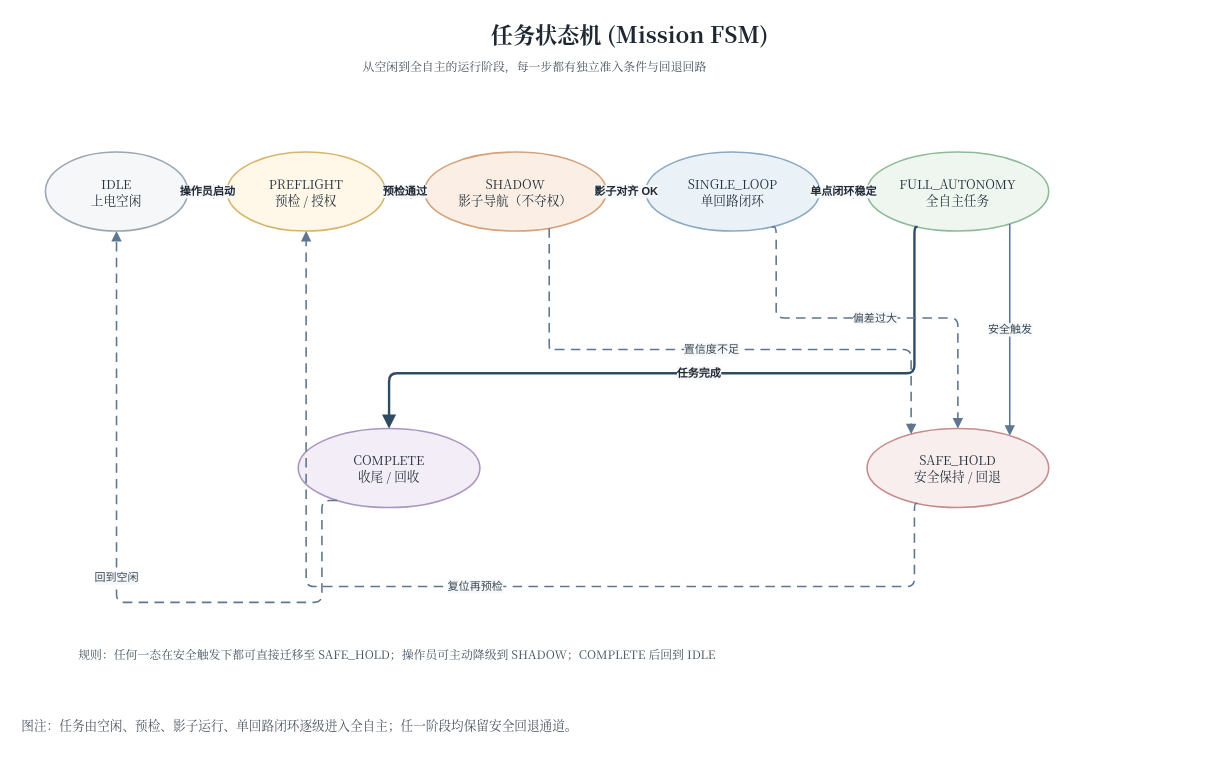
Earlier version of the draw.io diagram docs/thesis/figures/architecture/auv_v2_mission_state_machine.drawio (360ZMEM/AUV-Master-Project). Source tidied: cells renumbered, new cells numbered last; positions are measured from the earlier drawing's top-left corner, leaving out a move shared by most shapes. Both pictures are drawn from the tidied source at 79%, with x=0, y=0 at pixel (13, 17).
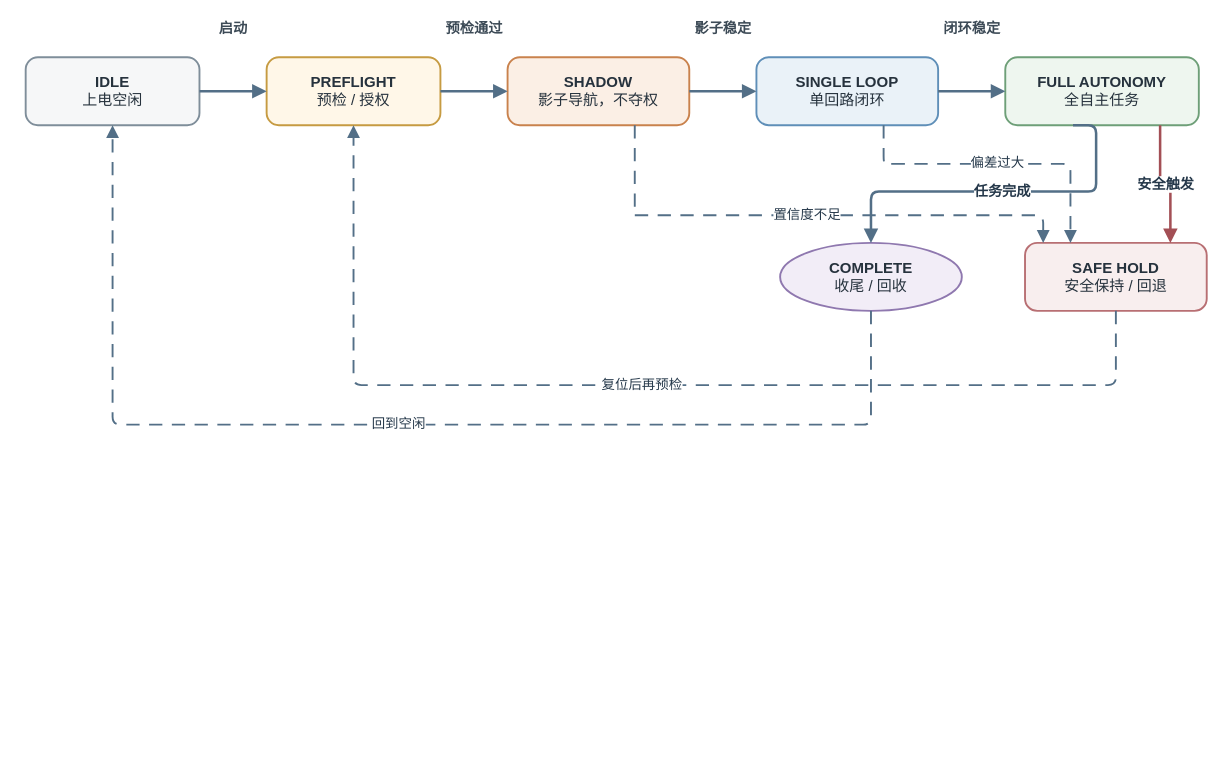
The same diagram, later.

Diff of the diagram source:
```diff
@@
-    <mxCell id="2" value="任务状态机 (Mission FSM)" style="text;html=1;strokeColor=none;fillColor=none;align=center;verticalAlign=middle;whiteSpace=wrap;rounded=0;fontFamily=Noto Serif CJK SC,Times New Roman;fontSize=28;fontStyle=1;fontColor=#1E2732;" parent="1" vertex="1">
-      <mxGeometry x="460" width="640" height="42" as="geometry" />
-    </mxCell>
-    <mxCell id="3" value="从空闲到全自主的运行阶段，每一步都有独立准入条件与回退回路" style="text;html=1;strokeColor=none;fillColor=none;align=left;verticalAlign=top;whiteSpace=wrap;rounded=0;fontFamily=Noto Serif CJK SC,Times New Roman;fontSize=15;fontColor=#43525F;" parent="1" vertex="1">
-      <mxGeometry x="440" y="46" width="720" height="34" as="geometry" />
-    </mxCell>
-    <mxCell id="4" value="IDLE&#10;上电空闲" style="ellipse;whiteSpace=wrap;html=1;fillColor=#F6F7F8;strokeColor=#9AA7B2;strokeWidth=2;fontFamily=Noto Serif CJK SC,Times New Roman;fontSize=16;fontColor=#26323D;" parent="1" vertex="1">
-      <mxGeometry x="40" y="170" width="180" height="100" as="geometry" />
+    <mxCell id="4" value="&lt;b&gt;IDLE&lt;/b&gt;&lt;br&gt;上电空闲" style="rounded=1;arcSize=18;whiteSpace=wrap;html=1;align=center;verticalAlign=middle;fillColor=#F6F7F8;strokeColor=#7F8E9A;strokeWidth=2.4;spacing=8;fontFamily=Songti SC;fontSize=19;fontColor=#26323D;" parent="1" vertex="1">
+      <mxGeometry x="15" y="50" width="220" height="86" as="geometry" />
     </mxCell>
-    <mxCell id="5" value="PREFLIGHT&#10;预检 / 授权" style="ellipse;whiteSpace=wrap;html=1;fillColor=#FFF7E8;strokeColor=#D8B46A;strokeWidth=2;fontFamily=Noto Serif CJK SC,Times New Roman;fontSize=16;fontColor=#26323D;" parent="1" vertex="1">
-      <mxGeometry x="270" y="170" width="200" height="100" as="geometry" />
+    <mxCell id="5" value="&lt;b&gt;PREFLIGHT&lt;/b&gt;&lt;br&gt;预检 / 授权" style="rounded=1;arcSize=18;whiteSpace=wrap;html=1;align=center;verticalAlign=middle;fillColor=#FFF7E8;strokeColor=#C69B42;strokeWidth=2.4;spacing=8;fontFamily=Songti SC;fontSize=19;fontColor=#26323D;" parent="1" vertex="1">
+      <mxGeometry x="320" y="50" width="220" height="86" as="geometry" />
     </mxCell>
-    <mxCell id="6" value="SHADOW&#10;影子导航（不夺权）" style="ellipse;whiteSpace=wrap;html=1;fillColor=#FBEFE5;strokeColor=#D4A17B;strokeWidth=2;fontFamily=Noto Serif CJK SC,Times New Roman;fontSize=16;fontColor=#26323D;" parent="1" vertex="1">
-      <mxGeometry x="520" y="170" width="230" height="100" as="geometry" />
-    </mxCell>
-    <mxCell id="7" value="SINGLE_LOOP&#10;单回路闭环" style="ellipse;whiteSpace=wrap;html=1;fillColor=#EAF2F8;strokeColor=#8AA9C4;strokeWidth=2;fontFamily=Noto Serif CJK SC,Times New Roman;fontSize=16;fontColor=#26323D;" parent="1" vertex="1">
-      <mxGeometry x="800" y="170" width="220" height="100" as="geometry" />
-    </mxCell>
-    <mxCell id="8" value="FULL_AUTONOMY&#10;全自主任务" style="ellipse;whiteSpace=wrap;html=1;fillColor=#EEF6EF;strokeColor=#8DBA98;strokeWidth=2;fontFamily=Noto Serif CJK SC,Times New Roman;fontSize=16;fontColor=#26323D;" parent="1" vertex="1">
-      <mxGeometry x="1080" y="170" width="230" height="100" as="geometry" />
-    </mxCell>
+    <mxCell id="23" value="&lt;b&gt;SHADOW&lt;/b&gt;&lt;br&gt;影子导航，不夺权" style="rounded=1;arcSize=18;whiteSpace=wrap;html=1;align=center;verticalAlign=middle;fillColor=#FBEFE5;strokeColor=#C9824D;strokeWidth=2.4;spacing=8;fontFamily=Songti SC;fontSize=19;fontColor=#26323D;" parent="1" vertex="1">
+      <mxGeometry x="625" y="50" width="230" height="86" as="geometry" />
+    </mxCell>
+    <mxCell id="24" value="&lt;b&gt;SINGLE LOOP&lt;/b&gt;&lt;br&gt;单回路闭环" style="rounded=1;arcSize=18;whiteSpace=wrap;html=1;align=center;verticalAlign=middle;fillColor=#EAF2F8;strokeColor=#5F8FB8;strokeWidth=2.4;spacing=8;fontFamily=Songti SC;fontSize=19;fontColor=#26323D;" parent="1" vertex="1">
+      <mxGeometry x="940" y="50" width="230" height="86" as="geometry" />
+    </mxCell>
+    <mxCell id="25" value="&lt;b&gt;FULL AUTONOMY&lt;/b&gt;&lt;br&gt;全自主任务" style="rounded=1;arcSize=18;whiteSpace=wrap;html=1;align=center;verticalAlign=middle;fillColor=#EEF6EF;strokeColor=#6E9F78;strokeWidth=2.4;spacing=8;fontFamily=Songti SC;fontSize=19;fontColor=#26323D;" parent="1" vertex="1">
+      <mxGeometry x="1255" y="50" width="245" height="86" as="geometry" />
+    </mxCell>
-    <mxCell id="9" value="COMPLETE&#10;收尾 / 回收" style="ellipse;whiteSpace=wrap;html=1;fillColor=#F2EDF7;strokeColor=#A996C0;strokeWidth=2;fontFamily=Noto Serif CJK SC,Times New Roman;fontSize=16;fontColor=#26323D;" parent="1" vertex="1">
-      <mxGeometry x="360" y="520" width="230" height="100" as="geometry" />
+    <mxCell id="9" value="&lt;b&gt;COMPLETE&lt;/b&gt;&lt;br&gt;收尾 / 回收" style="ellipse;whiteSpace=wrap;html=1;align=center;verticalAlign=middle;fillColor=#F2EDF7;strokeColor=#8F78AF;strokeWidth=2.4;spacing=8;fontFamily=Songti SC;fontSize=19;fontColor=#26323D;" parent="1" vertex="1">
+      <mxGeometry x="970" y="285" width="230" height="86" as="geometry" />
     </mxCell>
-    <mxCell id="10" value="SAFE_HOLD&#10;安全保持 / 回退" style="ellipse;whiteSpace=wrap;html=1;fillColor=#F8EEEE;strokeColor=#C68C8C;strokeWidth=2;fontFamily=Noto Serif CJK SC,Times New Roman;fontSize=16;fontColor=#26323D;" parent="1" vertex="1">
-      <mxGeometry x="1080" y="520" width="230" height="100" as="geometry" />
-    </mxCell>
-    <mxCell id="11" value="规则：任何一态在安全触发下都可直接迁移至 SAFE_HOLD；操作员可主动降级到 SHADOW；COMPLETE 后回到 IDLE" style="text;html=1;strokeColor=none;fillColor=none;align=left;verticalAlign=top;whiteSpace=wrap;rounded=0;fontFamily=Noto Serif CJK SC,Times New Roman;fontSize=15;fontColor=#43525F;" parent="1" vertex="1">
-      <mxGeometry x="80" y="790" width="1300" height="40" as="geometry" />
-    </mxCell>
+    <mxCell id="26" value="&lt;b&gt;SAFE HOLD&lt;/b&gt;&lt;br&gt;安全保持 / 回退" style="rounded=1;arcSize=18;whiteSpace=wrap;html=1;align=center;verticalAlign=middle;fillColor=#F8EEEE;strokeColor=#B86F73;strokeWidth=2.4;spacing=8;fontFamily=Songti SC;fontSize=19;fontColor=#26323D;" parent="1" vertex="1">
+      <mxGeometry x="1280" y="285" width="230" height="86" as="geometry" />
+    </mxCell>
+    <mxCell id="27" value="启动" style="text;html=1;strokeColor=none;fillColor=none;align=center;verticalAlign=middle;whiteSpace=wrap;fontFamily=Songti SC;fontSize=18;fontColor=#3C4A56;fontStyle=1;" parent="1" vertex="1">
+      <mxGeometry x="218" y="-5" width="120" height="38" as="geometry" />
+    </mxCell>
-    <mxCell id="12" value="操作员启动" style="edgeStyle=orthogonalEdgeStyle;rounded=1;jettySize=auto;html=1;strokeColor=#2F4A63;fontColor=#1E2732;fontSize=14;fontStyle=1;strokeWidth=3;labelBackgroundColor=#F6F7F8;labelBorderColor=none;endArrow=block;endFill=1;endSize=10;exitX=1;exitY=0.5;entryX=0;entryY=0.5;" parent="1" edge="1" source="4" target="5">
+    <mxCell id="12" style="edgeStyle=orthogonalEdgeStyle;rounded=1;jettySize=auto;html=1;strokeColor=#536F87;strokeWidth=3.2;fontFamily=Songti SC;fontSize=18;fontStyle=1;fontColor=#25384A;labelBackgroundColor=#FFFFFF;labelBorderColor=none;endArrow=block;endFill=1;endSize=10;exitX=1;entryX=0;" parent="1" edge="1" source="4" target="5">
       <mxGeometry relative="1" as="geometry" />
     </mxCell>
-    <mxCell id="13" value="预检通过" style="edgeStyle=orthogonalEdgeStyle;rounded=1;jettySize=auto;html=1;strokeColor=#2F4A63;fontColor=#1E2732;fontSize=14;fontStyle=1;strokeWidth=3;labelBackgroundColor=#F6F7F8;labelBorderColor=none;endArrow=block;endFill=1;endSize=10;exitX=1;exitY=0.5;entryX=0;entryY=0.5;" parent="1" edge="1" source="5" target="6">
-      <mxGeometry relative="1" as="geometry" />
+    <mxCell id="13" value="预检通过" style="text;html=1;strokeColor=none;fillColor=none;align=center;verticalAlign=middle;whiteSpace=wrap;fontFamily=Songti SC;fontSize=18;fontColor=#3C4A56;fontStyle=1;" parent="1" vertex="1">
+      <mxGeometry x="523" y="-5" width="120" height="38" as="geometry" />
     </mxCell>
-    <mxCell id="14" value="影子对齐 OK" style="edgeStyle=orthogonalEdgeStyle;rounded=1;jettySize=auto;html=1;strokeColor=#2F4A63;fontColor=#1E2732;fontSize=14;fontStyle=1;strokeWidth=3;labelBackgroundColor=#F6F7F8;labelBorderColor=none;endArrow=block;endFill=1;endSize=10;exitX=1;exitY=0.5;entryX=0;entryY=0.5;" parent="1" edge="1" source="6" target="7">
-      <mxGeometry relative="1" as="geometry" />
-    </mxCell>
-    <mxCell id="15" value="单点闭环稳定" style="edgeStyle=orthogonalEdgeStyle;rounded=1;jettySize=auto;html=1;strokeColor=#2F4A63;fontColor=#1E2732;fontSize=14;fontStyle=1;strokeWidth=3;labelBackgroundColor=#F6F7F8;labelBorderColor=none;endArrow=block;endFill=1;endSize=10;exitX=1;exitY=0.5;entryX=0;entryY=0.5;" parent="1" edge="1" source="7" target="8">
-      <mxGeometry relative="1" as="geometry" />
-    </mxCell>
+    <mxCell id="28" style="edgeStyle=orthogonalEdgeStyle;rounded=1;jettySize=auto;html=1;strokeColor=#536F87;strokeWidth=3.2;fontFamily=Songti SC;fontSize=18;fontStyle=1;fontColor=#25384A;labelBackgroundColor=#FFFFFF;labelBorderColor=none;endArrow=block;endFill=1;endSize=10;exitX=1;entryX=0;" parent="1" edge="1" source="5" target="23">
+      <mxGeometry relative="1" as="geometry" />
+    </mxCell>
+    <mxCell id="29" value="影子稳定" style="text;html=1;strokeColor=none;fillColor=none;align=center;verticalAlign=middle;whiteSpace=wrap;fontFamily=Songti SC;fontSize=18;fontColor=#3C4A56;fontStyle=1;" parent="1" vertex="1">
+      <mxGeometry x="838" y="-5" width="120" height="38" as="geometry" />
+    </mxCell>
+    <mxCell id="30" style="edgeStyle=orthogonalEdgeStyle;rounded=1;jettySize=auto;html=1;strokeColor=#536F87;strokeWidth=3.2;fontFamily=Songti SC;fontSize=18;fontStyle=1;fontColor=#25384A;labelBackgroundColor=#FFFFFF;labelBorderColor=none;endArrow=block;endFill=1;endSize=10;exitX=1;entryX=0;" parent="1" edge="1" source="23" target="24">
+      <mxGeometry relative="1" as="geometry" />
+    </mxCell>
+    <mxCell id="31" value="闭环稳定" style="text;html=1;strokeColor=none;fillColor=none;align=center;verticalAlign=middle;whiteSpace=wrap;fontFamily=Songti SC;fontSize=18;fontColor=#3C4A56;fontStyle=1;" parent="1" vertex="1">
+      <mxGeometry x="1153" y="-5" width="120" height="38" as="geometry" />
+    </mxCell>
+    <mxCell id="32" style="edgeStyle=orthogonalEdgeStyle;rounded=1;jettySize=auto;html=1;strokeColor=#536F87;strokeWidth=3.2;fontFamily=Songti SC;fontSize=18;fontStyle=1;fontColor=#25384A;labelBackgroundColor=#FFFFFF;labelBorderColor=none;endArrow=block;endFill=1;endSize=10;exitX=1;entryX=0;" parent="1" edge="1" source="24" target="25">
+      <mxGeometry relative="1" as="geometry" />
+    </mxCell>
-    <mxCell id="16" value="任务完成" style="edgeStyle=orthogonalEdgeStyle;rounded=1;jettySize=auto;html=1;strokeColor=#2F4A63;fontColor=#1E2732;fontSize=14;fontStyle=1;strokeWidth=3;labelBackgroundColor=#F6F7F8;labelBorderColor=none;endArrow=block;endFill=1;endSize=10;exitX=0.25;exitY=1;entryX=0.5;entryY=0;" parent="1" edge="1" source="8" target="9">
+    <mxCell id="16" value="任务完成" style="edgeStyle=orthogonalEdgeStyle;rounded=1;jettySize=auto;html=1;strokeColor=#536F87;strokeWidth=3.2;fontFamily=Songti SC;fontSize=18;fontStyle=1;fontColor=#25384A;labelBackgroundColor=#FFFFFF;labelBorderColor=none;endArrow=block;endFill=1;endSize=10;exitX=0.35;exitY=1;entryX=0.5;entryY=0;" parent="1" edge="1" source="25" target="9">
       <mxGeometry relative="1" as="geometry">
         <Array as="points">
-          <mxPoint x="1140" y="450" />
-          <mxPoint x="475" y="450" />
+          <mxPoint x="1370" y="220" />
+          <mxPoint x="1085" y="220" />
         </Array>
       </mxGeometry>
     </mxCell>
-    <mxCell id="17" value="安全触发" style="edgeStyle=orthogonalEdgeStyle;rounded=1;jettySize=auto;html=1;strokeColor=#5F7690;fontColor=#3B4A57;fontSize=14;strokeWidth=2;labelBackgroundColor=#F6F7F8;labelBorderColor=none;endArrow=block;endFill=1;endSize=8;exitX=0.85;exitY=1;entryX=0.85;entryY=0;" parent="1" edge="1" source="8" target="10">
+    <mxCell id="17" value="安全触发" style="edgeStyle=orthogonalEdgeStyle;rounded=1;jettySize=auto;html=1;strokeColor=#A34F55;strokeWidth=3.2;fontFamily=Songti SC;fontSize=18;fontStyle=1;fontColor=#25384A;labelBackgroundColor=#FFFFFF;labelBorderColor=none;endArrow=block;endFill=1;endSize=10;exitX=0.8;exitY=1;entryX=0.8;entryY=0;" parent="1" edge="1" source="25" target="26">
       <mxGeometry relative="1" as="geometry" />
     </mxCell>
-    <mxCell id="18" value="偏差过大" style="edgeStyle=orthogonalEdgeStyle;rounded=1;jettySize=auto;html=1;strokeColor=#5F7690;fontColor=#3B4A57;fontSize=14;strokeWidth=2;labelBackgroundColor=#F6F7F8;labelBorderColor=none;endArrow=block;endFill=1;endSize=8;dashed=1;dashPattern=6 4;exitX=0.75;exitY=1;entryX=0.5;entryY=0;" parent="1" edge="1" source="7" target="10">
+    <mxCell id="18" value="偏差过大" style="edgeStyle=orthogonalEdgeStyle;rounded=1;jettySize=auto;html=1;strokeColor=#536F87;strokeWidth=2.4;fontFamily=Songti SC;fontSize=17;fontColor=#25384A;labelBackgroundColor=#FFFFFF;labelBorderColor=none;endArrow=block;endFill=1;endSize=10;dashed=1;dashPattern=7 5;exitX=0.7;exitY=1;entryX=0.25;entryY=0;" parent="1" edge="1" source="24" target="26">
       <mxGeometry relative="1" as="geometry">
         <Array as="points">
-          <mxPoint x="965" y="380" />
-          <mxPoint x="1195" y="380" />
+          <mxPoint x="1105" y="185" />
+          <mxPoint x="1395" y="185" />
         </Array>
       </mxGeometry>
     </mxCell>
-    <mxCell id="19" value="置信度不足" style="edgeStyle=orthogonalEdgeStyle;rounded=1;jettySize=auto;html=1;strokeColor=#5F7690;fontColor=#3B4A57;fontSize=14;strokeWidth=2;labelBackgroundColor=#F6F7F8;labelBorderColor=none;endArrow=block;endFill=1;endSize=8;dashed=1;dashPattern=6 4;exitX=0.7;exitY=1;entryX=0.2;entryY=0;" parent="1" edge="1" source="6" target="10">
+    <mxCell id="19" value="置信度不足" style="edgeStyle=orthogonalEdgeStyle;rounded=1;jettySize=auto;html=1;strokeColor=#536F87;strokeWidth=2.4;fontFamily=Songti SC;fontSize=17;fontColor=#25384A;labelBackgroundColor=#FFFFFF;labelBorderColor=none;endArrow=block;endFill=1;endSize=10;dashed=1;dashPattern=7 5;exitX=0.7;exitY=1;entryX=0.1;entryY=0;" parent="1" edge="1" source="23" target="26">
       <mxGeometry relative="1" as="geometry">
         <Array as="points">
-          <mxPoint x="680" y="420" />
-          <mxPoint x="1130" y="420" />
+          <mxPoint x="785" y="250" />
+          <mxPoint x="1310" y="250" />
         </Array>
       </mxGeometry>
     </mxCell>
-    <mxCell id="20" value="复位再预检" style="edgeStyle=orthogonalEdgeStyle;rounded=1;jettySize=auto;html=1;strokeColor=#5F7690;fontColor=#3B4A57;fontSize=14;strokeWidth=2;labelBackgroundColor=#F6F7F8;labelBorderColor=none;endArrow=block;endFill=1;endSize=8;dashed=1;dashPattern=6 4;exitX=0.25;exitY=1;entryX=0.5;entryY=1;" parent="1" edge="1" source="10" target="5">
-      <mxGeometry relative="1" as="geometry">
-        <Array as="points">
-          <mxPoint x="1140" y="720" />
-          <mxPoint x="370" y="720" />
-        </Array>
-      </mxGeometry>
-    </mxCell>
+    <mxCell id="33" value="复位后再预检" style="edgeStyle=orthogonalEdgeStyle;rounded=1;jettySize=auto;html=1;strokeColor=#536F87;strokeWidth=2.4;fontFamily=Songti SC;fontSize=17;fontColor=#25384A;labelBackgroundColor=#FFFFFF;labelBorderColor=none;endArrow=block;endFill=1;endSize=10;dashed=1;dashPattern=7 5;exitX=0.5;exitY=1;entryX=0.5;entryY=1;" parent="1" edge="1" source="26" target="5">
+      <mxGeometry relative="1" as="geometry">
+        <Array as="points">
+          <mxPoint x="1395" y="465" />
+          <mxPoint x="430" y="465" />
+        </Array>
+      </mxGeometry>
+    </mxCell>
-    <mxCell id="21" value="回到空闲" style="edgeStyle=orthogonalEdgeStyle;rounded=1;jettySize=auto;html=1;strokeColor=#5F7690;fontColor=#3B4A57;fontSize=14;strokeWidth=2;labelBackgroundColor=#F6F7F8;labelBorderColor=none;endArrow=block;endFill=1;endSize=8;dashed=1;dashPattern=6 4;exitX=0.15;exitY=1;entryX=0.5;entryY=1;" parent="1" edge="1" source="9" target="4">
+    <mxCell id="21" value="回到空闲" style="edgeStyle=orthogonalEdgeStyle;rounded=1;jettySize=auto;html=1;strokeColor=#536F87;strokeWidth=2.4;fontFamily=Songti SC;fontSize=17;fontColor=#25384A;labelBackgroundColor=#FFFFFF;labelBorderColor=none;endArrow=block;endFill=1;endSize=10;dashed=1;dashPattern=7 5;exitX=0.5;exitY=1;entryX=0.5;entryY=1;" parent="1" edge="1" source="9" target="4">
       <mxGeometry relative="1" as="geometry">
         <Array as="points">
-          <mxPoint x="390" y="740" />
-          <mxPoint x="130" y="740" />
+          <mxPoint x="1085" y="515" />
+          <mxPoint x="125" y="515" />
         </Array>
       </mxGeometry>
     </mxCell>
-    <mxCell id="22" value="图注：任务由空闲、预检、影子运行、单回路闭环逐级进入全自主；任一阶段均保留安全回退通道。" style="text;html=1;align=left;verticalAlign=middle;whiteSpace=wrap;fontFamily=Noto Serif CJK SC;fontSize=16;fontColor=#4B5563;spacingLeft=8;spacingRight=8;" parent="1" vertex="1">
-      <mxGeometry y="860" width="1360" height="70" as="geometry" />
-    </mxCell>
```
